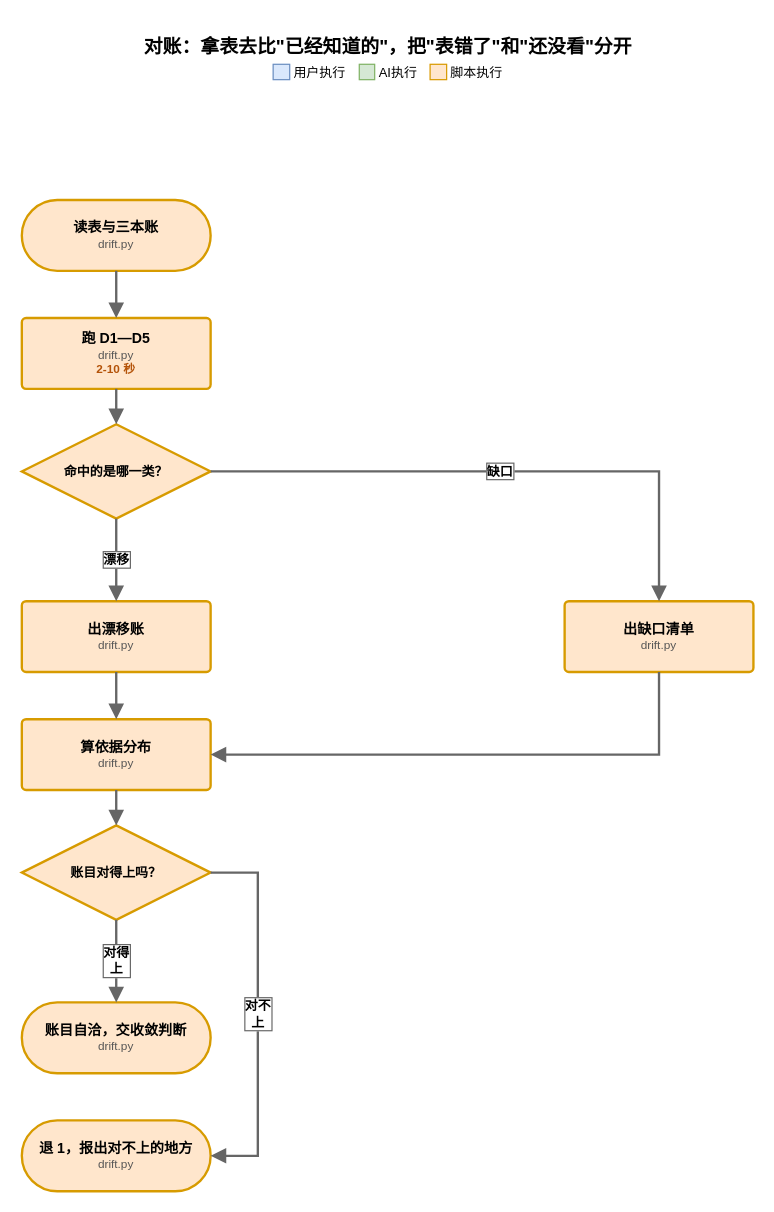
Before: page 10 of 10 of dev/baseline/workflow/workflow-flow.drawio in Luys521/flowchart-skill, a draw.io diagram. Source tidied: cells renumbered, new cells numbered last; positions are measured from the earlier drawing's top-left corner, leaving out a move shared by most shapes. Both pictures are drawn from the tidied source at 118%, with x=0, y=0 at pixel (21, 20).
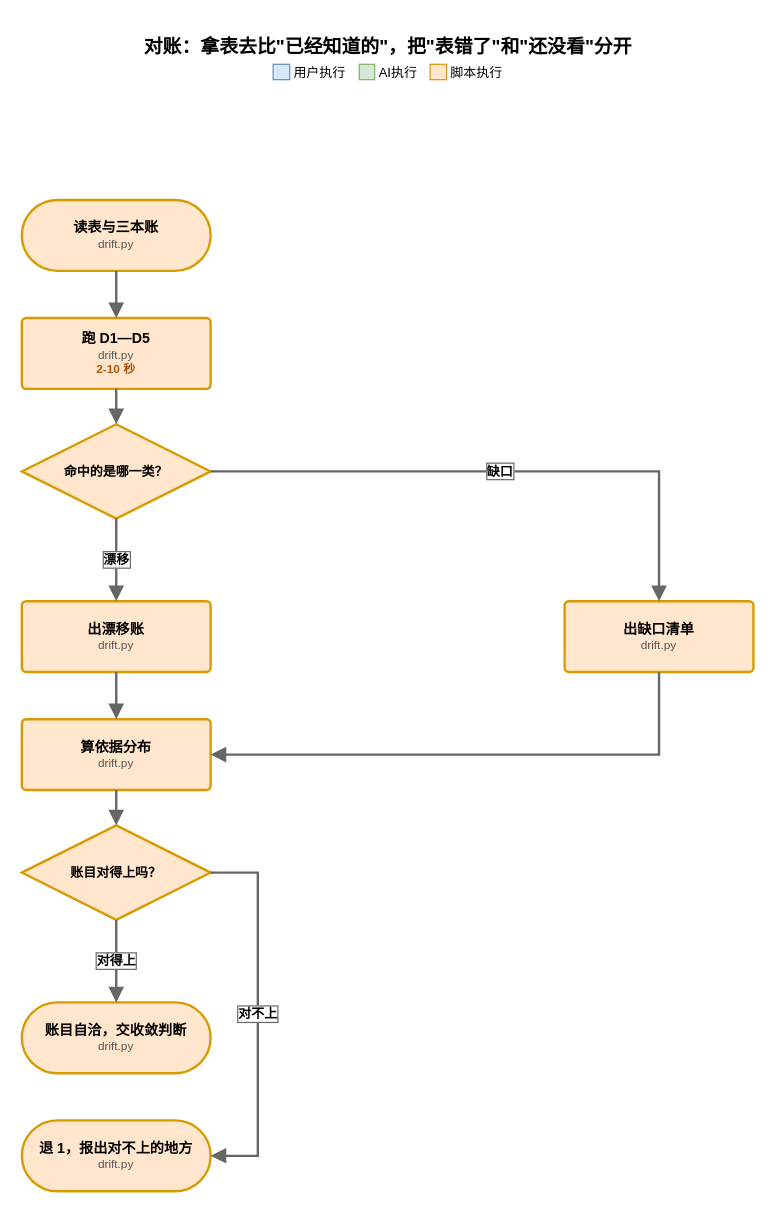
After the change.

The change refers to these unchanged cells:
```xml
<mxCell id="9" value="&lt;div style=&quot;font-weight:bold;&quot;&gt;账目对得上吗？&lt;/div&gt;" style="rhombus;whiteSpace=wrap;html=1;strokeWidth=2;fontFamily=Microsoft YaHei;verticalAlign=middle;fillColor=#ffe6cc;strokeColor=#d79b00;fontSize=11;flowchartSkillNative=1;" parent="1" vertex="1">
  <mxGeometry y="682" width="160" height="80" as="geometry" />
</mxCell>
<mxCell id="10" value="&lt;div style=&quot;font-weight:bold;&quot;&gt;账目自洽，交收敛判断&lt;/div&gt;&lt;div style=&quot;color:#555555;font-size:10px;&quot;&gt;drift.py&lt;/div&gt;" style="rounded=1;arcSize=50;whiteSpace=wrap;html=1;strokeWidth=2;fontFamily=Microsoft YaHei;verticalAlign=middle;fillColor=#ffe6cc;strokeColor=#d79b00;fontSize=12;flowchartSkillNative=1;" parent="1" vertex="1">
  <mxGeometry y="832" width="160" height="60" as="geometry" />
</mxCell>
<mxCell id="11" value="&lt;div style=&quot;font-weight:bold;&quot;&gt;退 1，报出对不上的地方&lt;/div&gt;&lt;div style=&quot;color:#555555;font-size:10px;&quot;&gt;drift.py&lt;/div&gt;" style="rounded=1;arcSize=50;whiteSpace=wrap;html=1;strokeWidth=2;fontFamily=Microsoft YaHei;verticalAlign=middle;fillColor=#ffe6cc;strokeColor=#d79b00;fontSize=12;flowchartSkillNative=1;" parent="1" vertex="1">
  <mxGeometry y="932" width="160" height="60" as="geometry" />
</mxCell>
```

Diff of the diagram source:
```diff
@@
-    <mxCell id="19" value="对得&lt;br&gt;上" style="edgeStyle=orthogonalEdgeStyle;rounded=0;jettySize=auto;html=1;exitX=0.5;exitY=1.0;entryX=0.5;entryY=0.0;endArrow=block;endFill=1;endSize=8;strokeWidth=2;strokeColor=#666666;fontSize=11;fontStyle=1;fontFamily=Microsoft YaHei;labelBackgroundColor=#ffffff;labelBorderColor=#666666;" parent="1" edge="1" source="9" target="10">
+    <mxCell id="19" value="对得上" style="edgeStyle=orthogonalEdgeStyle;rounded=0;jettySize=auto;html=1;exitX=0.5;exitY=1.0;entryX=0.5;entryY=0.0;endArrow=block;endFill=1;endSize=8;strokeWidth=2;strokeColor=#666666;fontSize=11;fontStyle=1;fontFamily=Microsoft YaHei;labelBackgroundColor=#ffffff;labelBorderColor=#666666;" parent="1" edge="1" source="9" target="10">
       <mxGeometry relative="1" as="geometry" />
     </mxCell>
-    <mxCell id="20" value="对不&lt;br&gt;上" style="edgeStyle=orthogonalEdgeStyle;rounded=0;jettySize=auto;html=1;exitX=1.0;exitY=0.5;entryX=1.0;entryY=0.5;endArrow=block;endFill=1;endSize=8;strokeWidth=2;strokeColor=#666666;fontSize=11;fontStyle=1;fontFamily=Microsoft YaHei;labelBackgroundColor=#ffffff;labelBorderColor=#666666;" parent="1" edge="1" source="9" target="11">
+    <mxCell id="20" value="对不上" style="edgeStyle=orthogonalEdgeStyle;rounded=0;jettySize=auto;html=1;exitX=1.0;exitY=0.5;entryX=1.0;entryY=0.5;endArrow=block;endFill=1;endSize=8;strokeWidth=2;strokeColor=#666666;fontSize=11;fontStyle=1;fontFamily=Microsoft YaHei;labelBackgroundColor=#ffffff;labelBorderColor=#666666;" parent="1" edge="1" source="9" target="11">
       <mxGeometry relative="1" as="geometry">
         <Array as="points">
           <mxPoint x="200" y="722" />
           <mxPoint x="200" y="962" />
         </Array>
       </mxGeometry>
     </mxCell>
```
